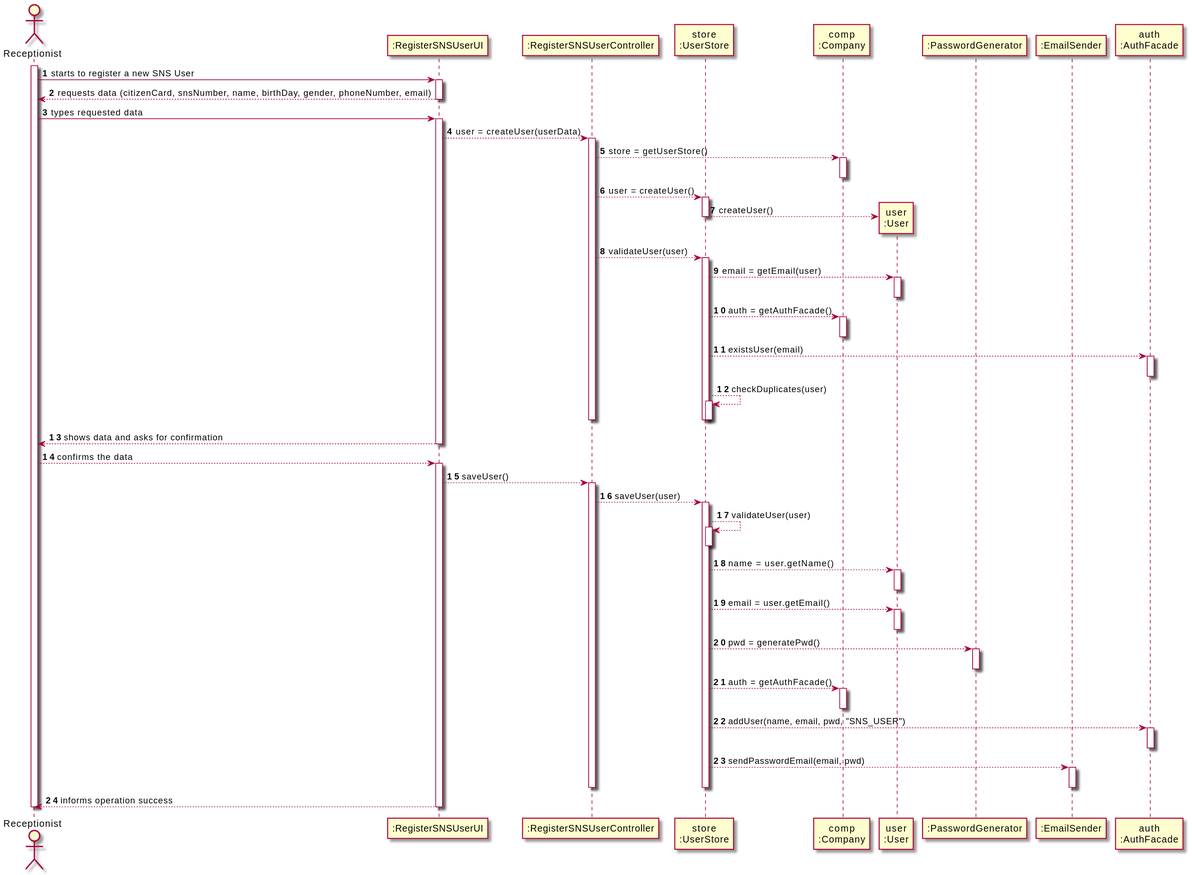
The PlantUML diagram docs/SprintB/US03/SD/US03_SD.svg in miseEnPlace-i/lapr2, before a commit. The source it was exported from:
```plantuml
@startuml Sequence Diagram
autonumber
actor "Receptionist" as RECEPT

participant ":RegisterSNSUserUI" as UI
participant ":RegisterSNSUserController" as CTRL
participant "store\n:UserStore" as STORE
participant "comp\n:Company" as COMP
participant "user\n:User" as USER
participant ":PasswordGenerator" as PWDGEN
participant ":EmailSender" as EMAIL
participant "auth\n:AuthFacade" as AUTH

activate RECEPT
RECEPT -> UI : starts to register a new SNS User
activate UI
UI --> RECEPT : requests data (citizenCard, snsNumber, name, birthDay, gender, phoneNumber, email)
deactivate UI

RECEPT -> UI : types requested data
activate UI

UI --> CTRL : user = createUser(userData)
activate CTRL

CTRL --> COMP : store = getUserStore()
activate COMP
deactivate COMP

CTRL --> STORE : user = createUser()
activate STORE

STORE --> USER** : createUser()

deactivate STORE

CTRL --> STORE : validateUser(user)
activate STORE

STORE --> USER : email = getEmail(user)
activate USER
deactivate USER

STORE --> COMP : auth = getAuthFacade()
activate COMP
deactivate COMP

STORE --> AUTH : existsUser(email)
activate AUTH
deactivate AUTH

STORE --> STORE : checkDuplicates(user)
activate STORE
deactivate STORE

deactivate STORE
deactivate CTRL

UI --> RECEPT : shows data and asks for confirmation
deactivate UI


RECEPT --> UI : confirms the data
activate UI

UI --> CTRL : saveUser()
activate CTRL

CTRL --> STORE : saveUser(user)
activate STORE

STORE --> STORE : validateUser(user)
activate STORE
deactivate STORE

STORE --> USER : name = user.getName()
activate USER
deactivate USER

STORE --> USER : email = user.getEmail()
activate USER
deactivate USER

STORE --> PWDGEN : pwd = generatePwd()
activate PWDGEN
deactivate PWDGEN

STORE --> COMP : auth = getAuthFacade()
activate COMP
deactivate COMP

STORE --> AUTH : addUser(name, email, pwd, "SNS_USER")
activate AUTH
deactivate AUTH

STORE --> EMAIL : sendPasswordEmail(email, pwd)
activate EMAIL
deactivate EMAIL

deactivate STORE
deactivate CTRL

UI --> RECEPT : informs operation success
deactivate UI

deactivate RECEPT

@enduml
```
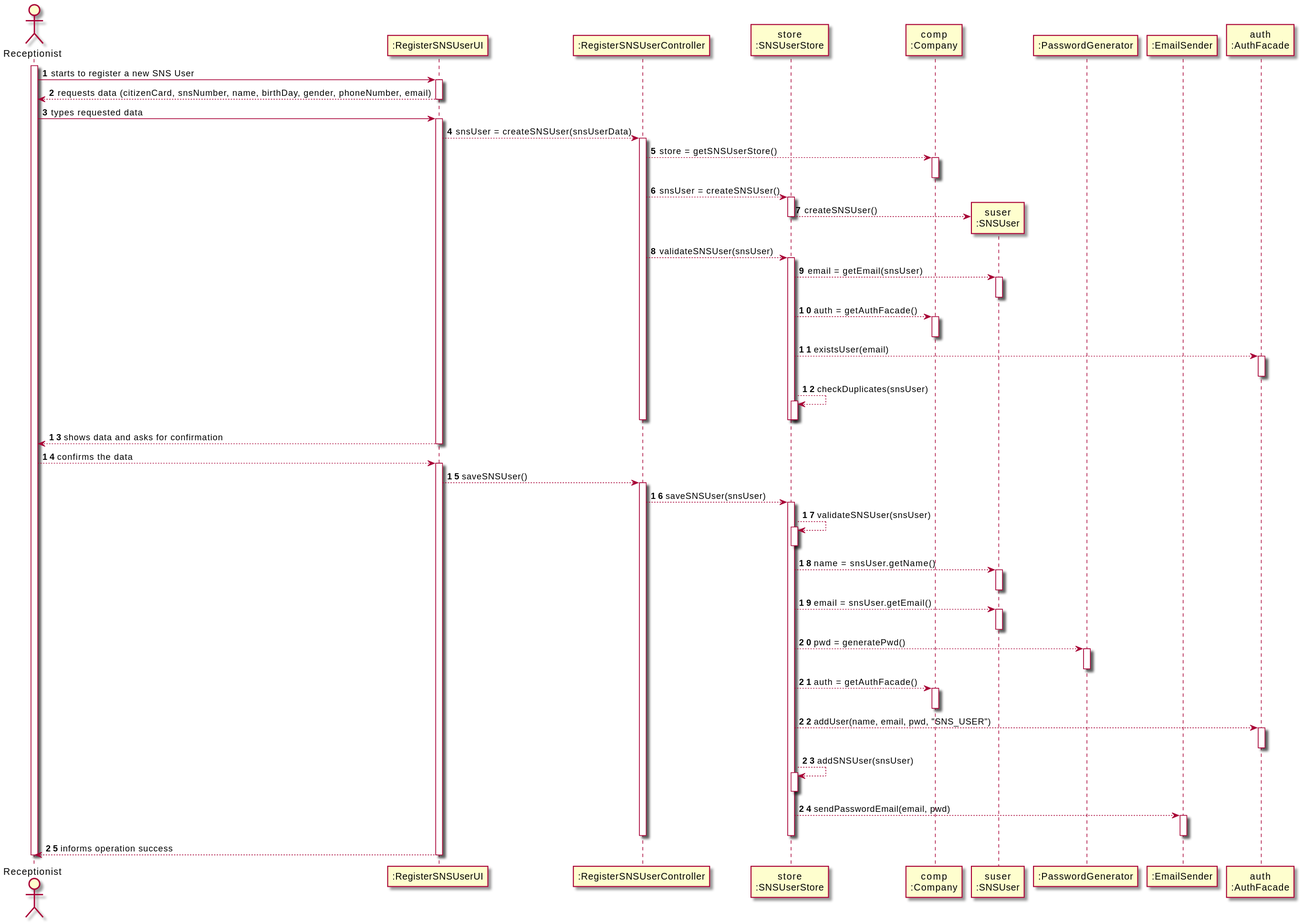
The same file after the commit.

Diff of the diagram source:
```diff
@@ -4,9 +4,9 @@
 
 participant ":RegisterSNSUserUI" as UI
 participant ":RegisterSNSUserController" as CTRL
-participant "store\n:UserStore" as STORE
+participant "store\n:SNSUserStore" as STORE
 participant "comp\n:Company" as COMP
-participant "user\n:User" as USER
+participant "suser\n:SNSUser" as SUSER
 participant ":PasswordGenerator" as PWDGEN
 participant ":EmailSender" as EMAIL
 participant "auth\n:AuthFacade" as AUTH
@@ -20,26 +20,26 @@
 RECEPT -> UI : types requested data
 activate UI
 
-UI --> CTRL : user = createUser(userData)
+UI --> CTRL : snsUser = createSNSUser(snsUserData)
 activate CTRL
 
-CTRL --> COMP : store = getUserStore()
+CTRL --> COMP : store = getSNSUserStore()
 activate COMP
 deactivate COMP
 
-CTRL --> STORE : user = createUser()
+CTRL --> STORE : snsUser = createSNSUser()
 activate STORE
 
-STORE --> USER** : createUser()
+STORE --> SUSER** : createSNSUser()
 
 deactivate STORE
 
-CTRL --> STORE : validateUser(user)
+CTRL --> STORE : validateSNSUser(snsUser)
 activate STORE
 
-STORE --> USER : email = getEmail(user)
-activate USER
-deactivate USER
+STORE --> SUSER : email = getEmail(snsUser)
+activate SUSER
+deactivate SUSER
 
 STORE --> COMP : auth = getAuthFacade()
 activate COMP
@@ -49,7 +49,7 @@
 activate AUTH
 deactivate AUTH
 
-STORE --> STORE : checkDuplicates(user)
+STORE --> STORE : checkDuplicates(snsUser)
 activate STORE
 deactivate STORE
 
@@ -63,23 +63,23 @@
 RECEPT --> UI : confirms the data
 activate UI
 
-UI --> CTRL : saveUser()
+UI --> CTRL : saveSNSUser()
 activate CTRL
 
-CTRL --> STORE : saveUser(user)
+CTRL --> STORE : saveSNSUser(snsUser)
 activate STORE
 
-STORE --> STORE : validateUser(user)
+STORE --> STORE : validateSNSUser(snsUser)
 activate STORE
 deactivate STORE
 
-STORE --> USER : name = user.getName()
-activate USER
-deactivate USER
+STORE --> SUSER : name = snsUser.getName()
+activate SUSER
+deactivate SUSER
 
-STORE --> USER : email = user.getEmail()
-activate USER
-deactivate USER
+STORE --> SUSER : email = snsUser.getEmail()
+activate SUSER
+deactivate SUSER
 
 STORE --> PWDGEN : pwd = generatePwd()
 activate PWDGEN
@@ -92,6 +92,10 @@
 STORE --> AUTH : addUser(name, email, pwd, "SNS_USER")
 activate AUTH
 deactivate AUTH
+
+STORE --> STORE : addSNSUser(snsUser)
+activate STORE
+deactivate STORE
 
 STORE --> EMAIL : sendPasswordEmail(email, pwd)
 activate EMAIL
```
